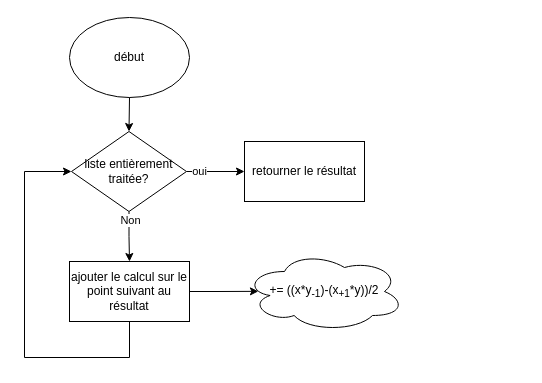
This is compte-rendu/DRAWIO/algo_calcul_surface.drawio from ECN-SEC-SMP/tp4-note-quentin-guillaume-louis, a draw.io file, before an edit. Source tidied: cells renumbered, new cells numbered last; positions are measured from the earlier drawing's top-left corner, leaving out a move shared by most shapes. Both pictures are drawn from the tidied source at 100%, with x=0, y=0 at pixel (24, 17).
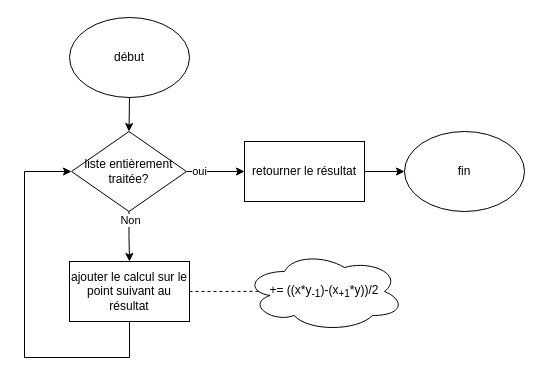
Above is the later version.

What changed in the source:
```diff
@@
 <mxGraphModel>
   <root>
     <mxCell id="0" />
     <mxCell id="1" parent="0" />
     <mxCell id="2" value="début" style="ellipse;whiteSpace=wrap;html=1;" parent="1" vertex="1">
       <mxGeometry x="45" width="120" height="80" as="geometry" />
     </mxCell>
     <mxCell id="3" style="edgeStyle=orthogonalEdgeStyle;rounded=0;jettySize=auto;html=1;exitX=0.5;exitY=1;exitDx=0;exitDy=0;entryX=0.5;entryY=0;entryDx=0;entryDy=0;" parent="1" edge="1" target="8">
       <mxGeometry relative="1" as="geometry">
         <mxPoint x="105" y="80" as="sourcePoint" />
       </mxGeometry>
     </mxCell>
     <mxCell id="4" style="edgeStyle=orthogonalEdgeStyle;rounded=0;jettySize=auto;html=1;" parent="1" edge="1" source="8" target="9">
       <mxGeometry relative="1" as="geometry" />
     </mxCell>
     <mxCell id="5" value="Non" style="edgeLabel;html=1;align=center;verticalAlign=middle;" parent="4" vertex="1">
       <mxGeometry x="-0.69" y="1" relative="1" as="geometry" />
     </mxCell>
     <mxCell id="6" style="edgeStyle=orthogonalEdgeStyle;rounded=0;jettySize=auto;html=1;entryX=0;entryY=0.5;entryDx=0;entryDy=0;" parent="1" edge="1" source="8" target="13">
       <mxGeometry relative="1" as="geometry" />
     </mxCell>
     <mxCell id="7" value="oui" style="edgeLabel;html=1;align=center;verticalAlign=middle;" parent="6" vertex="1">
       <mxGeometry x="-0.6" y="1" relative="1" as="geometry" />
     </mxCell>
     <mxCell id="8" value="liste entièrement traitée?" style="rhombus;whiteSpace=wrap;html=1;" parent="1" vertex="1">
       <mxGeometry x="47" y="114" width="115" height="80" as="geometry" />
     </mxCell>
     <mxCell id="9" value="ajouter le calcul sur le point suivant au résultat" style="rounded=0;whiteSpace=wrap;html=1;" parent="1" vertex="1">
       <mxGeometry x="45" y="244" width="120" height="60" as="geometry" />
     </mxCell>
     <mxCell id="10" value="+= ((x*y&lt;sub&gt;-1&lt;/sub&gt;)-(x&lt;sub&gt;+1&lt;/sub&gt;*y))/2" style="ellipse;shape=cloud;whiteSpace=wrap;html=1;" parent="1" vertex="1">
       <mxGeometry x="220" y="234" width="160" height="80" as="geometry" />
     </mxCell>
-    <mxCell id="11" style="edgeStyle=orthogonalEdgeStyle;rounded=0;jettySize=auto;html=1;exitX=1;exitY=0.5;exitDx=0;exitDy=0;entryX=0.087;entryY=0.498;entryDx=0;entryDy=0;entryPerimeter=0;" parent="1" edge="1" source="9" target="10">
+    <mxCell id="11" style="edgeStyle=orthogonalEdgeStyle;rounded=0;jettySize=auto;html=1;exitX=1;exitY=0.5;exitDx=0;exitDy=0;entryX=0.087;entryY=0.498;entryDx=0;entryDy=0;entryPerimeter=0;endArrow=none;endFill=0;dashed=1;" parent="1" edge="1" source="9" target="10">
       <mxGeometry relative="1" as="geometry" />
     </mxCell>
     <mxCell id="12" style="endArrow=classic;html=1;rounded=0;entryX=0;entryY=0.5;entryDx=0;entryDy=0;exitX=0.5;exitY=1;exitDx=0;exitDy=0;" parent="1" edge="1" source="9" target="8">
       <mxGeometry relative="1" as="geometry">
         <Array as="points">
           <mxPoint x="105" y="340" />
           <mxPoint y="340" />
           <mxPoint y="154" />
         </Array>
       </mxGeometry>
     </mxCell>
+    <mxCell id="14" style="edgeStyle=orthogonalEdgeStyle;rounded=0;jettySize=auto;html=1;exitX=1;exitY=0.5;exitDx=0;exitDy=0;entryX=0;entryY=0.5;entryDx=0;entryDy=0;" parent="1" edge="1" source="13" target="15">
+      <mxGeometry relative="1" as="geometry" />
+    </mxCell>
     <mxCell id="13" value="retourner le résultat" style="rounded=0;whiteSpace=wrap;html=1;" parent="1" vertex="1">
       <mxGeometry x="220" y="124" width="120" height="60" as="geometry" />
     </mxCell>
+    <mxCell id="15" value="fin" style="ellipse;whiteSpace=wrap;html=1;" parent="1" vertex="1">
+      <mxGeometry x="380" y="114" width="120" height="80" as="geometry" />
+    </mxCell>
   </root>
 </mxGraphModel>
```
